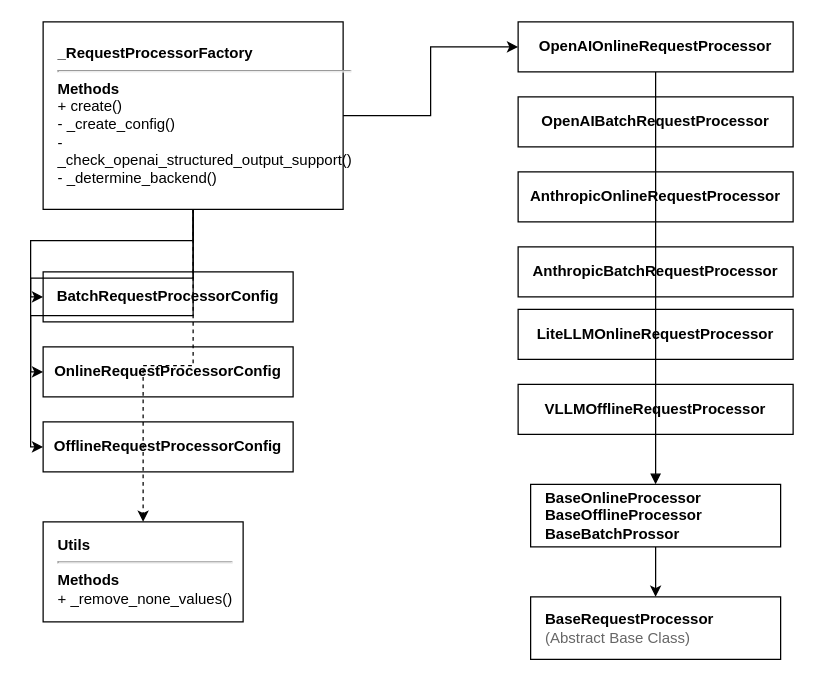
The draw.io diagram page "requestProcessorFactory" (2 of 9) of nyit/RApro/starfishAI/aacurtor.drawio in jjiang10-sv/nyitAge, before the edit. Source tidied: cells renumbered, new cells numbered last; positions are measured from the earlier drawing's top-left corner, leaving out a move shared by most shapes. Both pictures are drawn from the tidied source at 125%, with x=0, y=0 at pixel (42, 21).
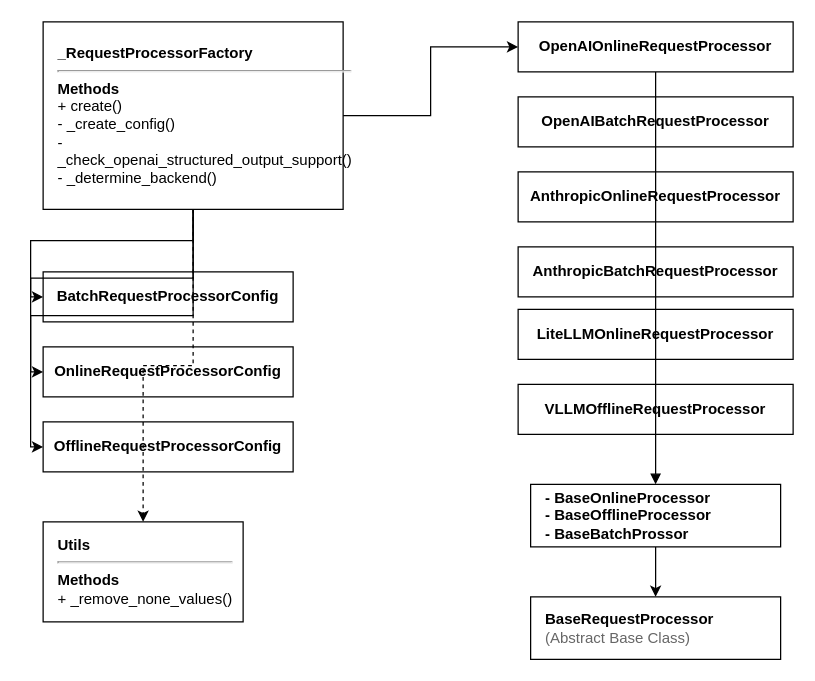
The same diagram, later.

The edit, as a diff of the source:
```diff
@@
-    <mxCell id="21" value="&lt;b&gt;BaseOnlineProcessor&lt;/b&gt;&lt;div&gt;&lt;b&gt;BaseOfflineProcessor&lt;/b&gt;&lt;/div&gt;&lt;div&gt;&lt;b&gt;BaseBatchProssor&lt;/b&gt;&lt;/div&gt;" style="rounded=0;whiteSpace=wrap;html=1;align=left;spacingLeft=10;" parent="1" vertex="1">
+    <mxCell id="21" value="&lt;b&gt;- BaseOnlineProcessor&lt;/b&gt;&lt;div&gt;&lt;b&gt;- BaseOfflineProcessor&lt;/b&gt;&lt;/div&gt;&lt;div&gt;&lt;b&gt;- BaseBatchProssor&lt;/b&gt;&lt;/div&gt;" style="rounded=0;whiteSpace=wrap;html=1;align=left;spacingLeft=10;" parent="1" vertex="1">
       <mxGeometry x="390" y="370" width="200" height="50" as="geometry" />
     </mxCell>
```
